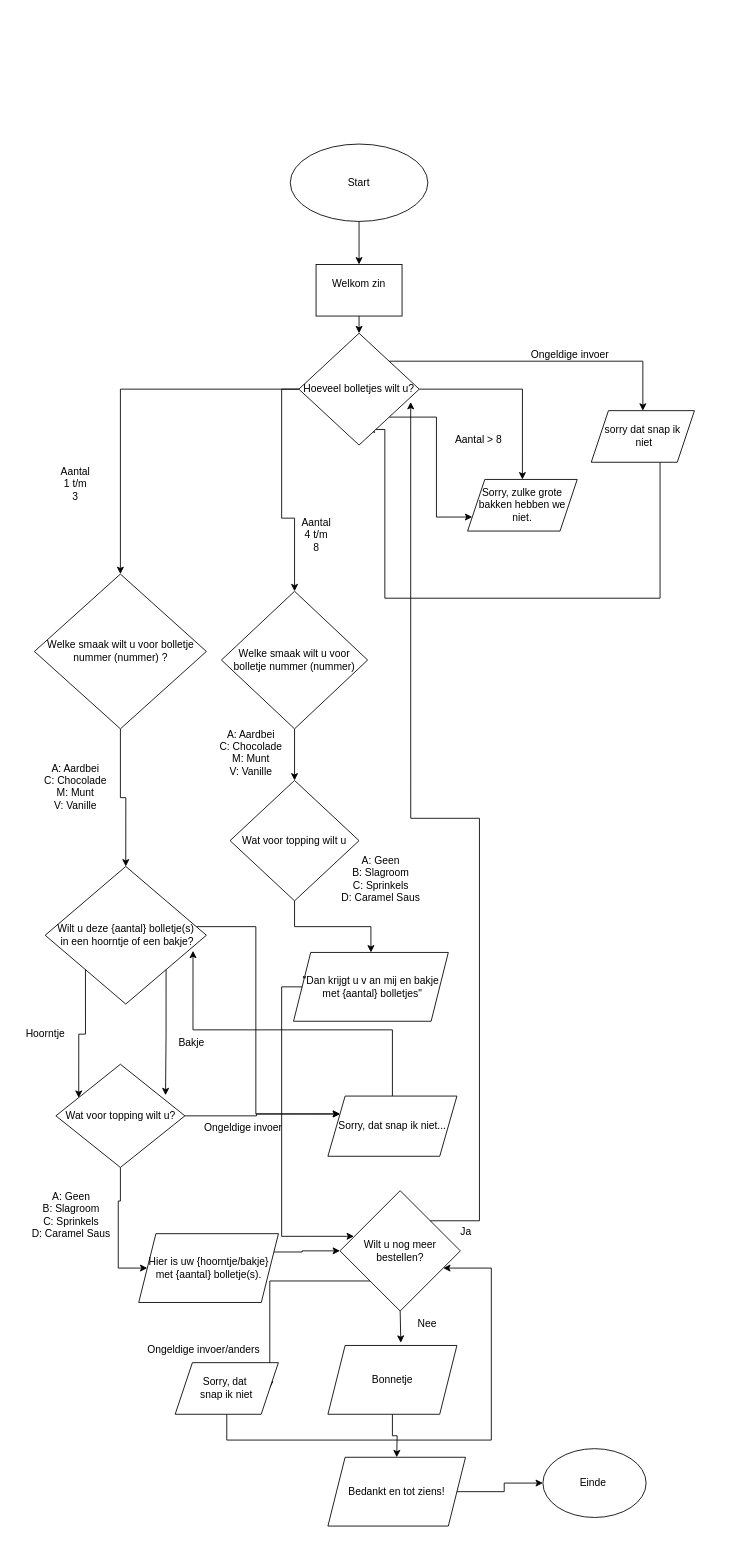
Earlier version of the draw.io diagram Module 3/Proef/ijssalon/flowchartijs.drawio (mustafadrr32/leren-programmeren). Source tidied: cells renumbered, new cells numbered last; positions are measured from the earlier drawing's top-left corner, leaving out a move shared by most shapes. Both pictures are drawn from the tidied source at 86%, with x=0, y=0 at pixel (15, 144).
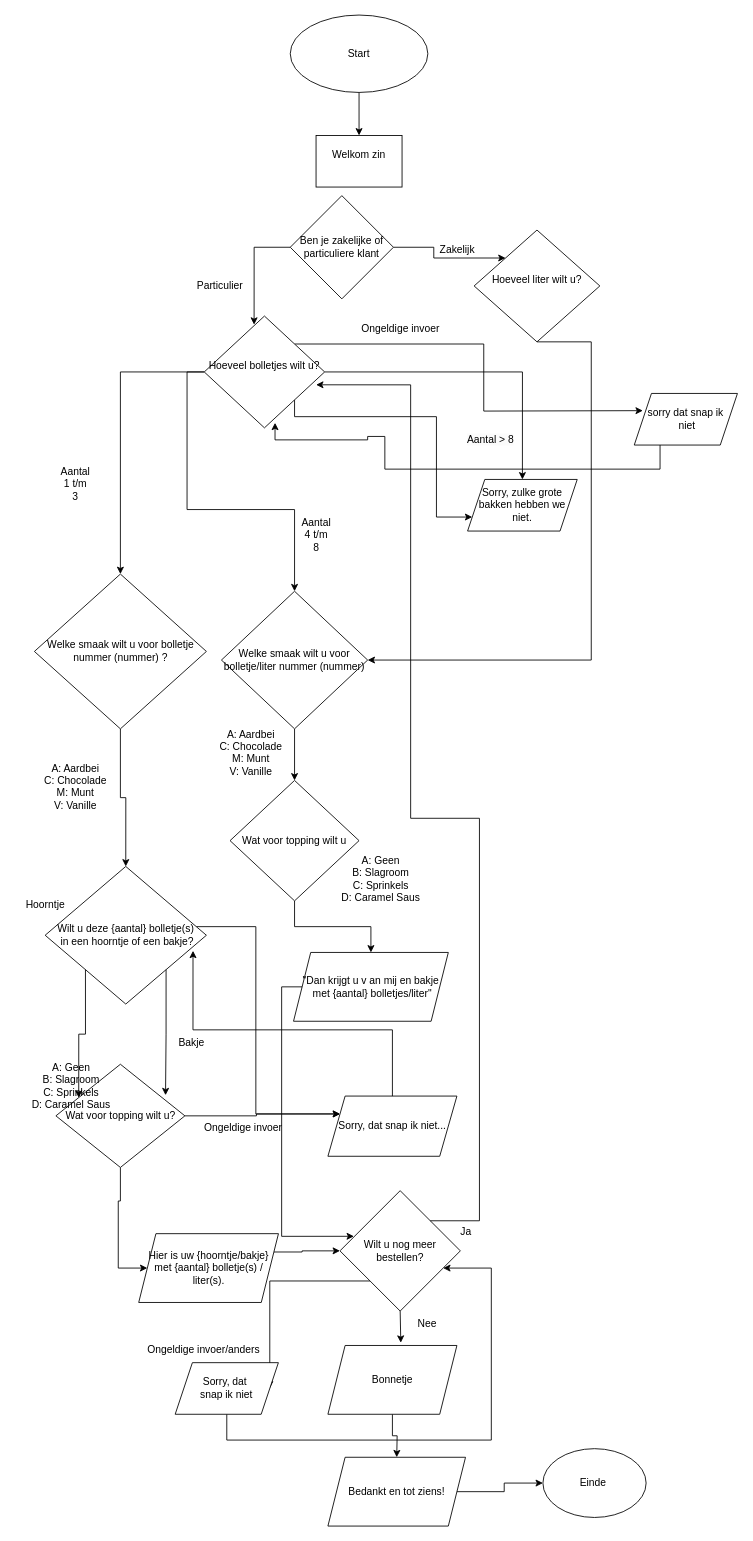
Above is the later version.

The edit, as a diff of the source:
```diff
@@
     <mxCell id="3" value="Start" style="ellipse;whiteSpace=wrap;html=1;" parent="1" vertex="1">
-      <mxGeometry x="320" width="160" height="90" as="geometry" />
+      <mxGeometry x="320" y="-150" width="160" height="90" as="geometry" />
     </mxCell>
-    <mxCell id="4" style="edgeStyle=orthogonalEdgeStyle;rounded=0;jettySize=auto;html=1;exitX=0.5;exitY=1;exitDx=0;exitDy=0;entryX=0.5;entryY=0;entryDx=0;entryDy=0;" parent="1" edge="1" source="5" target="15">
-      <mxGeometry relative="1" as="geometry" />
-    </mxCell>
     <mxCell id="5" value="Welkom zin&lt;div&gt;&lt;br&gt;&lt;/div&gt;" style="rounded=0;whiteSpace=wrap;html=1;" parent="1" vertex="1">
-      <mxGeometry x="350" y="140" width="100" height="60" as="geometry" />
+      <mxGeometry x="350" y="-10" width="100" height="60" as="geometry" />
     </mxCell>
-    <mxCell id="6" style="edgeStyle=orthogonalEdgeStyle;rounded=0;orthogonalLoop=1;jettySize=auto;html=1;entryX=0.643;entryY=0.876;entryDx=0;entryDy=0;entryPerimeter=0;" parent="1" edge="1">
+    <mxCell id="6" style="edgeStyle=orthogonalEdgeStyle;rounded=0;jettySize=auto;html=1;entryX=0.588;entryY=0.955;entryDx=0;entryDy=0;entryPerimeter=0;exitX=0.25;exitY=1;exitDx=0;exitDy=0;" parent="1" edge="1" source="7" target="15">
       <mxGeometry relative="1" as="geometry">
-        <mxPoint x="750" y="368.1" as="sourcePoint" />
-        <mxPoint x="410" y="331.9" as="targetPoint" />
         <Array as="points">
-          <mxPoint x="750" y="528.1" />
-          <mxPoint x="430" y="528.1" />
-          <mxPoint x="430" y="332.1" />
+          <mxPoint x="750" y="378" />
+          <mxPoint x="430" y="378" />
+          <mxPoint x="430" y="340" />
+          <mxPoint x="410" y="340" />
+          <mxPoint x="410" y="344" />
         </Array>
       </mxGeometry>
     </mxCell>
     <mxCell id="7" value="sorry dat snap ik&lt;br&gt;&amp;nbsp;niet" style="shape=parallelogram;perimeter=parallelogramPerimeter;whiteSpace=wrap;html=1;fixedSize=1;" parent="1" vertex="1">
-      <mxGeometry x="670" y="310" width="120" height="60" as="geometry" />
+      <mxGeometry x="720" y="290" width="120" height="60" as="geometry" />
     </mxCell>
@@
-    <mxCell id="9" value="&quot;Dan krijgt u v an mij en bakje&lt;div&gt;&amp;nbsp;met {aantal} bolletjes&quot;&lt;/div&gt;" style="shape=parallelogram;perimeter=parallelogramPerimeter;whiteSpace=wrap;html=1;fixedSize=1;" parent="1" vertex="1">
+    <mxCell id="9" value="&quot;Dan krijgt u v an mij en bakje&lt;div&gt;&amp;nbsp;met {aantal} bolletjes/liter&quot;&lt;/div&gt;" style="shape=parallelogram;perimeter=parallelogramPerimeter;whiteSpace=wrap;html=1;fixedSize=1;" parent="1" vertex="1">
       <mxGeometry x="323.8" y="940" width="180" height="80" as="geometry" />
     </mxCell>
@@
-    <mxCell id="11" style="edgeStyle=orthogonalEdgeStyle;rounded=0;jettySize=auto;html=1;exitX=1;exitY=0;exitDx=0;exitDy=0;entryX=0.5;entryY=0;entryDx=0;entryDy=0;" parent="1" edge="1" source="15" target="7">
-      <mxGeometry relative="1" as="geometry" />
+    <mxCell id="11" style="edgeStyle=orthogonalEdgeStyle;rounded=0;jettySize=auto;html=1;exitX=1;exitY=0;exitDx=0;exitDy=0;entryX=0.5;entryY=0;entryDx=0;entryDy=0;" parent="1" edge="1" source="15">
+      <mxGeometry relative="1" as="geometry">
+        <mxPoint x="730" y="310" as="targetPoint" />
+      </mxGeometry>
     </mxCell>
@@
-    <mxCell id="15" value="&lt;div&gt;&lt;span style=&quot;background-color: initial;&quot;&gt;Hoeveel bolletjes wilt u?&lt;/span&gt;&lt;br&gt;&lt;/div&gt;" style="rhombus;whiteSpace=wrap;html=1;" parent="1" vertex="1">
-      <mxGeometry x="330" y="220" width="140" height="130" as="geometry" />
+    <mxCell id="15" value="&lt;div&gt;&lt;span style=&quot;background-color: initial;&quot;&gt;Hoeveel bolletjes wilt u?&lt;/span&gt;&lt;br&gt;&lt;/div&gt;&lt;div&gt;&lt;span style=&quot;background-color: initial;&quot;&gt;&lt;br&gt;&lt;/span&gt;&lt;/div&gt;" style="rhombus;whiteSpace=wrap;html=1;" parent="1" vertex="1">
+      <mxGeometry x="220" y="200" width="140" height="130" as="geometry" />
     </mxCell>
@@
     <mxCell id="18" value="&lt;span style=&quot;color: rgb(0, 0, 0); font-family: Helvetica; font-size: 12px; font-style: normal; font-variant-ligatures: normal; font-variant-caps: normal; font-weight: 400; letter-spacing: normal; orphans: 2; text-align: center; text-indent: 0px; text-transform: none; widows: 2; word-spacing: 0px; -webkit-text-stroke-width: 0px; white-space: normal; background-color: rgb(251, 251, 251); text-decoration-thickness: initial; text-decoration-style: initial; text-decoration-color: initial; display: inline !important; float: none;&quot;&gt;Aantal &amp;gt; 8&lt;/span&gt;" style="text;whiteSpace=wrap;html=1;" parent="1" vertex="1">
-      <mxGeometry x="510" y="330" width="90" height="40" as="geometry" />
+      <mxGeometry x="523.8" y="330" width="90" height="40" as="geometry" />
     </mxCell>
     <mxCell id="19" value="Ongeldige invoer" style="text;html=1;align=center;verticalAlign=middle;strokeColor=none;fillColor=none;" parent="1" vertex="1">
-      <mxGeometry x="590" y="230" width="110" height="30" as="geometry" />
+      <mxGeometry x="392.8" y="200" width="110" height="30" as="geometry" />
     </mxCell>
@@
     <mxCell id="22" value="&lt;span style=&quot;text-wrap: wrap;&quot;&gt;Hoorntje&lt;/span&gt;" style="text;html=1;align=center;verticalAlign=middle;strokeColor=none;fillColor=none;" parent="1" vertex="1">
-      <mxGeometry y="1020" width="70" height="30" as="geometry" />
+      <mxGeometry y="870" width="70" height="30" as="geometry" />
     </mxCell>
@@
-    <mxCell id="26" value="Welke smaak wilt u voor bolletje nummer (nummer)" style="rhombus;whiteSpace=wrap;html=1;" parent="1" vertex="1">
+    <mxCell id="26" value="Welke smaak wilt u voor bolletje/liter nummer (nummer)" style="rhombus;whiteSpace=wrap;html=1;" parent="1" vertex="1">
       <mxGeometry x="240" y="520" width="170" height="160" as="geometry" />
     </mxCell>
@@
-    <mxCell id="31" value="Hier is uw {hoorntje/bakje} met {aantal} bolletje(s)." style="shape=parallelogram;perimeter=parallelogramPerimeter;whiteSpace=wrap;html=1;fixedSize=1;" parent="1" vertex="1">
+    <mxCell id="31" value="Hier is uw {hoorntje/bakje} met {aantal} bolletje(s) / liter(s)." style="shape=parallelogram;perimeter=parallelogramPerimeter;whiteSpace=wrap;html=1;fixedSize=1;" parent="1" vertex="1">
       <mxGeometry x="143.8" y="1267" width="162.5" height="80" as="geometry" />
     </mxCell>
@@
     <mxCell id="50" value="A: Geen&lt;div&gt;B: Slagroom&lt;/div&gt;&lt;div&gt;C: Sprinkels&lt;/div&gt;&lt;div&gt;D: Caramel Saus&lt;/div&gt;" style="text;html=1;align=center;verticalAlign=middle;strokeColor=none;fillColor=none;" parent="1" vertex="1">
-      <mxGeometry x="10" y="1210" width="110" height="70" as="geometry" />
+      <mxGeometry x="10" y="1060" width="110" height="70" as="geometry" />
     </mxCell>
@@
+    <mxCell id="59" style="edgeStyle=orthogonalEdgeStyle;rounded=0;jettySize=auto;html=1;exitX=0.5;exitY=1;exitDx=0;exitDy=0;entryX=1;entryY=0.5;entryDx=0;entryDy=0;" parent="1" edge="1" source="60" target="26">
+      <mxGeometry relative="1" as="geometry">
+        <Array as="points">
+          <mxPoint x="670" y="230" />
+          <mxPoint x="670" y="600" />
+        </Array>
+      </mxGeometry>
+    </mxCell>
+    <mxCell id="60" value="Hoeveel liter wilt u?&lt;div&gt;&lt;br&gt;&lt;/div&gt;" style="rhombus;whiteSpace=wrap;html=1;" parent="1" vertex="1">
+      <mxGeometry x="533.8" y="100" width="146.2" height="130" as="geometry" />
+    </mxCell>
+    <mxCell id="61" style="edgeStyle=orthogonalEdgeStyle;rounded=0;jettySize=auto;html=1;exitX=1;exitY=0.5;exitDx=0;exitDy=0;entryX=0;entryY=0;entryDx=0;entryDy=0;" parent="1" edge="1" source="62" target="60">
+      <mxGeometry relative="1" as="geometry" />
+    </mxCell>
+    <mxCell id="62" value="Ben je zakelijke of particuliere klant" style="rhombus;whiteSpace=wrap;html=1;" parent="1" vertex="1">
+      <mxGeometry x="320" y="60" width="120" height="120" as="geometry" />
+    </mxCell>
+    <mxCell id="63" value="Zakelijk&lt;div&gt;&lt;br&gt;&lt;/div&gt;" style="text;html=1;align=center;verticalAlign=middle;strokeColor=none;fillColor=none;" parent="1" vertex="1">
+      <mxGeometry x="483.8" y="110" width="60" height="40" as="geometry" />
+    </mxCell>
+    <mxCell id="64" style="edgeStyle=orthogonalEdgeStyle;rounded=0;jettySize=auto;html=1;exitX=0;exitY=0.5;exitDx=0;exitDy=0;entryX=0.414;entryY=0.077;entryDx=0;entryDy=0;entryPerimeter=0;" parent="1" edge="1" source="62" target="15">
+      <mxGeometry relative="1" as="geometry" />
+    </mxCell>
+    <mxCell id="65" value="Particulier" style="text;html=1;align=center;verticalAlign=middle;strokeColor=none;fillColor=none;" parent="1" vertex="1">
+      <mxGeometry x="197.5" y="150" width="80" height="30" as="geometry" />
+    </mxCell>
```
